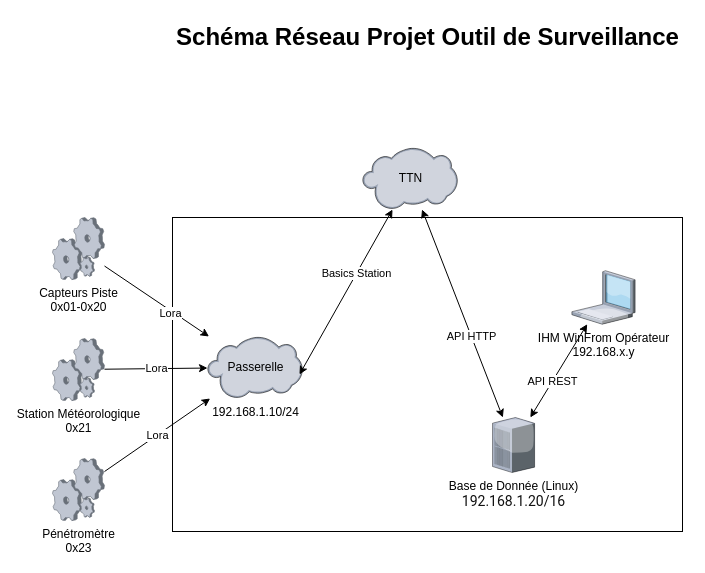
This is documentation/Schéma Réseau.drawio from ToGen49/Hippodrome, a draw.io file, before an edit. Source tidied: cells renumbered, new cells numbered last; positions are measured from the earlier drawing's top-left corner, leaving out a move shared by most shapes. Both pictures are drawn from the tidied source at 100%, with x=0, y=0 at pixel (52, 17).
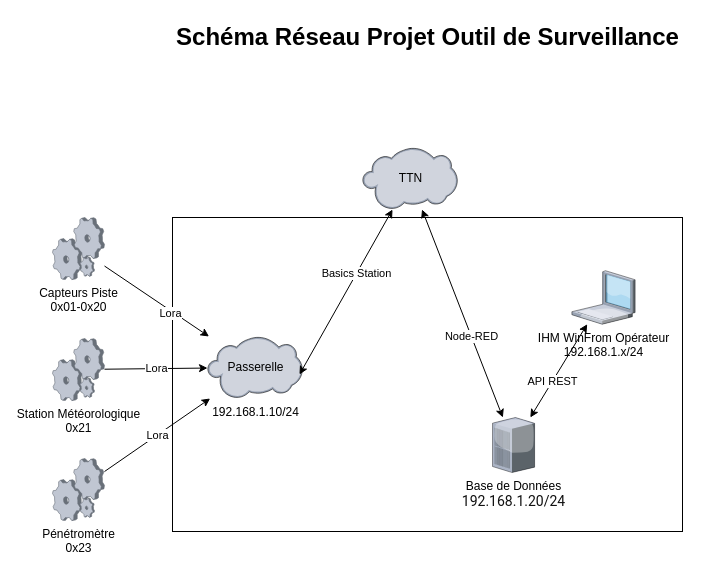
The same page after the edit.

Commit message:
Mettre à jour Schéma Réseau.drawio

Unchanged cells that the change refers to:
```xml
<mxCell id="16" style="verticalLabelPosition=bottom;sketch=0;html=1;verticalAlign=top;strokeColor=none;align=center;outlineConnect=0;shape=mxgraph.citrix.cloud;" parent="1" vertex="1">
  <mxGeometry x="310" y="130" width="95" height="62" as="geometry" />
</mxCell>
```

The edit, as a diff of the source:
```diff
@@
-    <mxCell id="4" value="IHM WinFrom Opérateur&lt;div&gt;192.168.x.y&lt;/div&gt;" style="verticalLabelPosition=bottom;sketch=0;html=1;verticalAlign=top;strokeColor=none;align=center;outlineConnect=0;shape=mxgraph.citrix.laptop_1;" parent="1" vertex="1">
+    <mxCell id="4" value="IHM WinFrom Opérateur&lt;div&gt;192.168.1.x/24&lt;/div&gt;" style="verticalLabelPosition=bottom;sketch=0;html=1;verticalAlign=top;strokeColor=none;align=center;outlineConnect=0;shape=mxgraph.citrix.laptop_1;" parent="1" vertex="1">
       <mxGeometry x="519.4" y="253.2" width="63.2" height="53.5" as="geometry" />
     </mxCell>
@@
-    <mxCell id="14" value="Base de Donnée (Linux)&lt;br&gt;&lt;div&gt;&lt;span style=&quot;color: rgb(17, 17, 17); font-family: Roboto, Helvetica, sans-serif; font-size: 14px; text-align: left; text-wrap-mode: wrap; background-color: rgb(255, 255, 255);&quot;&gt;192.168.1.20/16&lt;/span&gt;&lt;/div&gt;" style="verticalLabelPosition=bottom;sketch=0;html=1;verticalAlign=top;strokeColor=none;align=center;outlineConnect=0;shape=mxgraph.citrix.pbx_server;" parent="1" vertex="1">
+    <mxCell id="14" value="Base de Données&lt;br&gt;&lt;div&gt;&lt;span style=&quot;color: rgb(17, 17, 17); font-family: Roboto, Helvetica, sans-serif; font-size: 14px; text-align: left; text-wrap-mode: wrap; background-color: rgb(255, 255, 255);&quot;&gt;192.168.1.20/24&lt;/span&gt;&lt;/div&gt;" style="verticalLabelPosition=bottom;sketch=0;html=1;verticalAlign=top;strokeColor=none;align=center;outlineConnect=0;shape=mxgraph.citrix.pbx_server;" parent="1" vertex="1">
       <mxGeometry x="440" y="400" width="42.1" height="55" as="geometry" />
     </mxCell>
@@
-    <mxCell id="18" value="API HTTP" style="endArrow=classic;startArrow=classic;html=1;rounded=0;" parent="1" edge="1" source="16" target="14">
+    <mxCell id="18" value="Node-RED" style="endArrow=classic;startArrow=classic;html=1;rounded=0;" parent="1" edge="1" source="16" target="14">
       <mxGeometry x="0.22" relative="1" as="geometry" />
     </mxCell>
```
